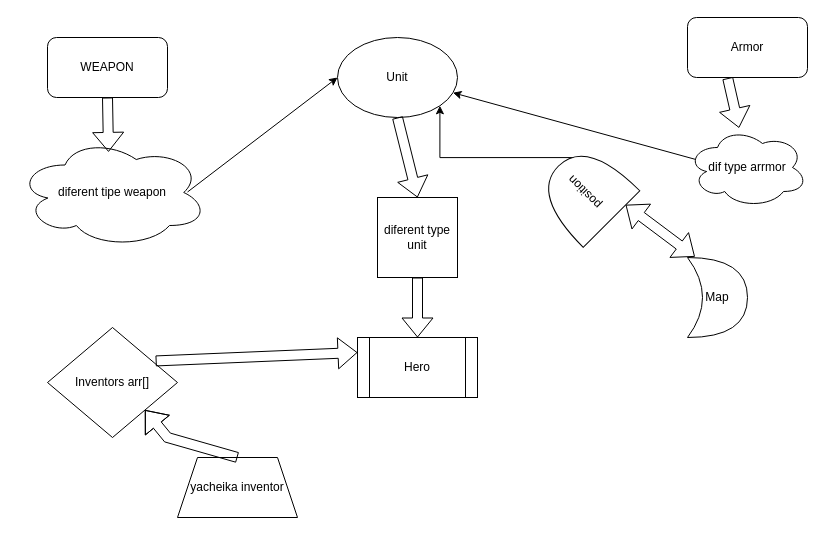
Above: Діаграма без назви.drawio in ngnlzer0/second_cours (draw.io), before the change. Source tidied: cells renumbered, new cells numbered last; positions are measured from the earlier drawing's top-left corner, leaving out a move shared by most shapes. Both pictures are drawn from the tidied source at 100%, with x=0, y=0 at pixel (17, 17).
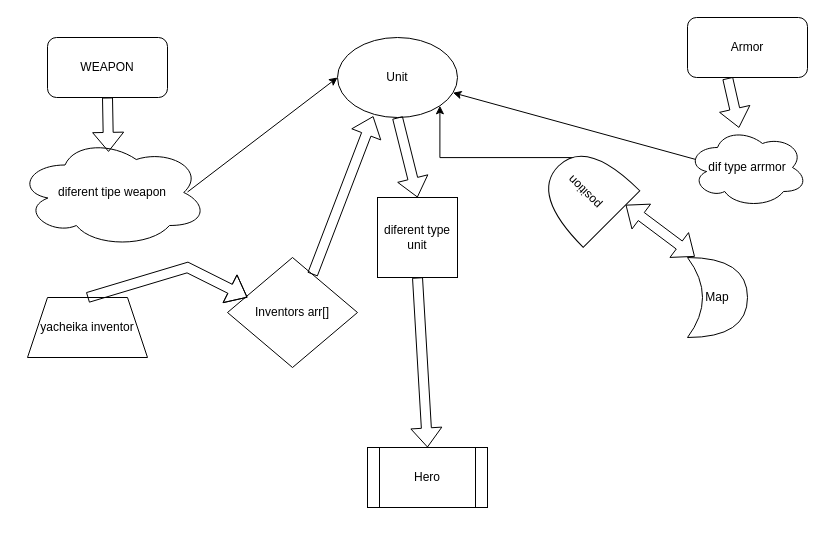
The same page after the edit.

Unchanged cells that the change refers to:
```xml
<mxCell id="5" value="Unit" style="ellipse;whiteSpace=wrap;html=1;" parent="1" vertex="1">
  <mxGeometry x="320" y="20" width="120" height="80" as="geometry" />
</mxCell>
```

Diff of the diagram source:
```diff
@@
     <mxCell id="9" value="Hero" style="shape=process;whiteSpace=wrap;html=1;backgroundOutline=1;" parent="1" vertex="1">
-      <mxGeometry x="340" y="320" width="120" height="60" as="geometry" />
+      <mxGeometry x="350" y="430" width="120" height="60" as="geometry" />
     </mxCell>
@@
     <mxCell id="15" value="Inventors arr[]" style="rhombus;whiteSpace=wrap;html=1;" parent="1" vertex="1">
-      <mxGeometry x="30" y="310" width="130" height="110" as="geometry" />
+      <mxGeometry x="210" y="240" width="130" height="110" as="geometry" />
     </mxCell>
     <mxCell id="16" value="yacheika inventor" style="shape=trapezoid;perimeter=trapezoidPerimeter;whiteSpace=wrap;html=1;fixedSize=1;" parent="1" vertex="1">
-      <mxGeometry x="160" y="440" width="120" height="60" as="geometry" />
+      <mxGeometry x="10" y="280" width="120" height="60" as="geometry" />
     </mxCell>
-    <mxCell id="17" style="shape=flexArrow;endArrow=classic;html=1;rounded=0;entryX=1;entryY=1;entryDx=0;entryDy=0;exitX=0.5;exitY=0;exitDx=0;exitDy=0;" parent="1" edge="1" source="16" target="15">
+    <mxCell id="17" style="shape=flexArrow;endArrow=classic;html=1;rounded=0;exitX=0.5;exitY=0;exitDx=0;exitDy=0;" parent="1" edge="1" source="16">
       <mxGeometry relative="1" as="geometry">
+        <mxPoint x="230" y="280" as="targetPoint" />
         <Array as="points">
-          <mxPoint x="150" y="420" />
+          <mxPoint x="170" y="250" />
         </Array>
       </mxGeometry>
     </mxCell>
-    <mxCell id="18" style="shape=flexArrow;endArrow=classic;html=1;rounded=0;entryX=0;entryY=0.25;entryDx=0;entryDy=0;exitX=0.832;exitY=0.304;exitDx=0;exitDy=0;exitPerimeter=0;" parent="1" edge="1" source="15" target="9">
+    <mxCell id="18" style="shape=flexArrow;endArrow=classic;html=1;rounded=0;entryX=0.298;entryY=0.983;entryDx=0;entryDy=0;exitX=0.654;exitY=0.155;exitDx=0;exitDy=0;exitPerimeter=0;entryPerimeter=0;" parent="1" edge="1" source="15" target="5">
       <mxGeometry relative="1" as="geometry" />
     </mxCell>
```
